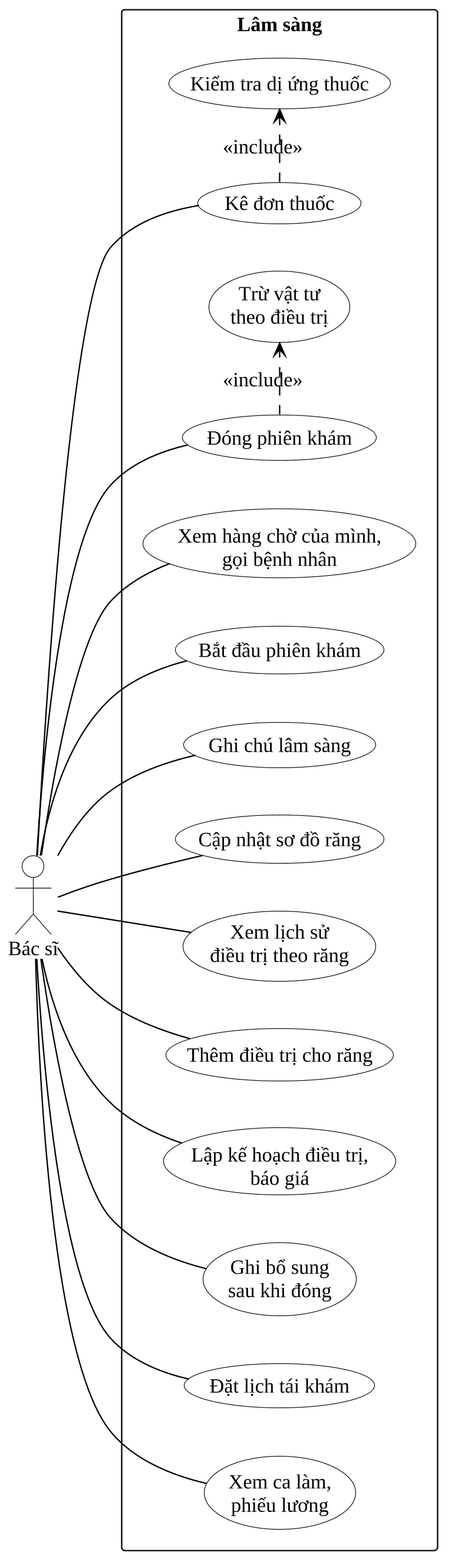
This is docs/10_Thesis/bao-cao/hinh/2-4-use-case-bac-si.png from Trantuan0310/dental-clinic-nestjs-react, a PlantUML export, as it was before one commit. Its diagram source:
```plantuml
@startuml
!include _kieu.iuml
left to right direction
actor "Bác sĩ" as BS
rectangle "Lâm sàng" {
  usecase "Xem hàng chờ của mình,\ngọi bệnh nhân" as a
  usecase "Bắt đầu phiên khám" as b
  usecase "Ghi chú lâm sàng" as c
  usecase "Cập nhật sơ đồ răng" as d
  usecase "Xem lịch sử\nđiều trị theo răng" as e
  usecase "Thêm điều trị cho răng" as f
  usecase "Kê đơn thuốc" as g
  usecase "Kiểm tra dị ứng thuốc" as g2
  usecase "Lập kế hoạch điều trị,\nbáo giá" as h
  usecase "Đóng phiên khám" as i
  usecase "Trừ vật tư\ntheo điều trị" as i2
  usecase "Ghi bổ sung\nsau khi đóng" as j
  usecase "Đặt lịch tái khám" as k
  usecase "Xem ca làm,\nphiếu lương" as m
}
BS -- a
BS -- b
BS -- c
BS -- d
BS -- e
BS -- f
BS -- g
BS -- h
BS -- i
BS -- j
BS -- k
BS -- m
g .> g2 : <<include>>
i .> i2 : <<include>>
@enduml
```
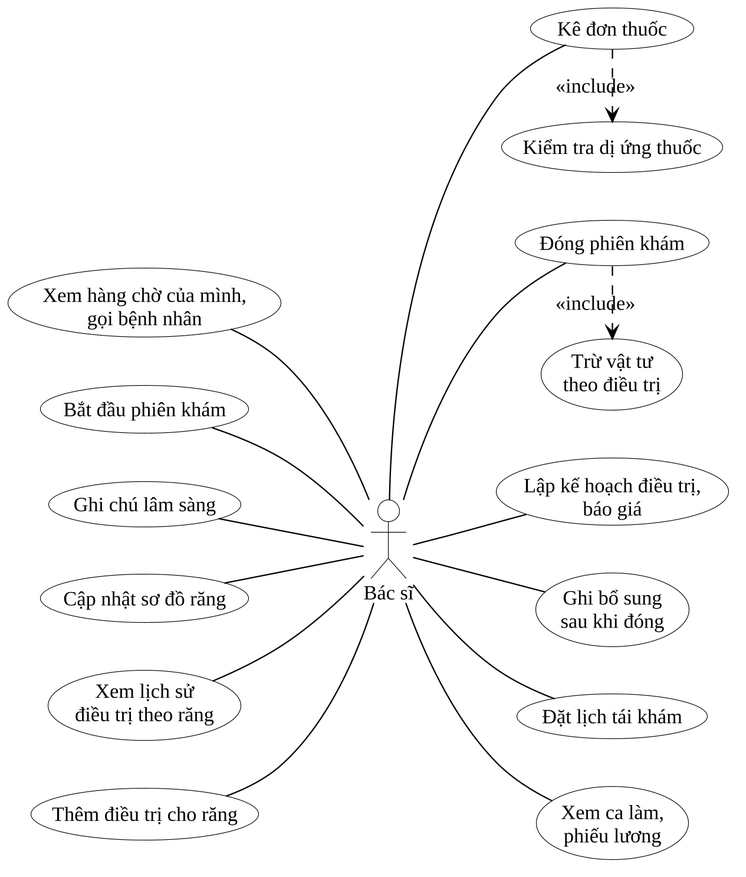
Later version of the same file.

What changed in the source:
```diff
@@ -2,34 +2,32 @@
 !include _kieu.iuml
 left to right direction
 actor "Bác sĩ" as BS
-rectangle "Lâm sàng" {
-  usecase "Xem hàng chờ của mình,\ngọi bệnh nhân" as a
-  usecase "Bắt đầu phiên khám" as b
-  usecase "Ghi chú lâm sàng" as c
-  usecase "Cập nhật sơ đồ răng" as d
-  usecase "Xem lịch sử\nđiều trị theo răng" as e
-  usecase "Thêm điều trị cho răng" as f
-  usecase "Kê đơn thuốc" as g
-  usecase "Kiểm tra dị ứng thuốc" as g2
-  usecase "Lập kế hoạch điều trị,\nbáo giá" as h
-  usecase "Đóng phiên khám" as i
-  usecase "Trừ vật tư\ntheo điều trị" as i2
-  usecase "Ghi bổ sung\nsau khi đóng" as j
-  usecase "Đặt lịch tái khám" as k
-  usecase "Xem ca làm,\nphiếu lương" as m
-}
-BS -- a
-BS -- b
-BS -- c
-BS -- d
-BS -- e
-BS -- f
-BS -- g
-BS -- h
-BS -- i
-BS -- j
-BS -- k
-BS -- m
+usecase "Xem hàng chờ của mình,\ngọi bệnh nhân" as a
+usecase "Bắt đầu phiên khám" as b
+usecase "Ghi chú lâm sàng" as c
+usecase "Cập nhật sơ đồ răng" as d
+usecase "Xem lịch sử\nđiều trị theo răng" as e
+usecase "Thêm điều trị cho răng" as f
+usecase "Kê đơn thuốc" as g
+usecase "Kiểm tra dị ứng thuốc" as g2
+usecase "Lập kế hoạch điều trị,\nbáo giá" as h
+usecase "Đóng phiên khám" as i
+usecase "Trừ vật tư\ntheo điều trị" as i2
+usecase "Ghi bổ sung\nsau khi đóng" as j
+usecase "Đặt lịch tái khám" as k
+usecase "Xem ca làm,\nphiếu lương" as m
 g .> g2 : <<include>>
 i .> i2 : <<include>>
+a -- BS
+b -- BS
+c -- BS
+d -- BS
+e -- BS
+f -- BS
+BS -- g
+BS -- i
+BS -- m
+BS -- k
+BS -- j
+BS -- h
 @enduml
```
